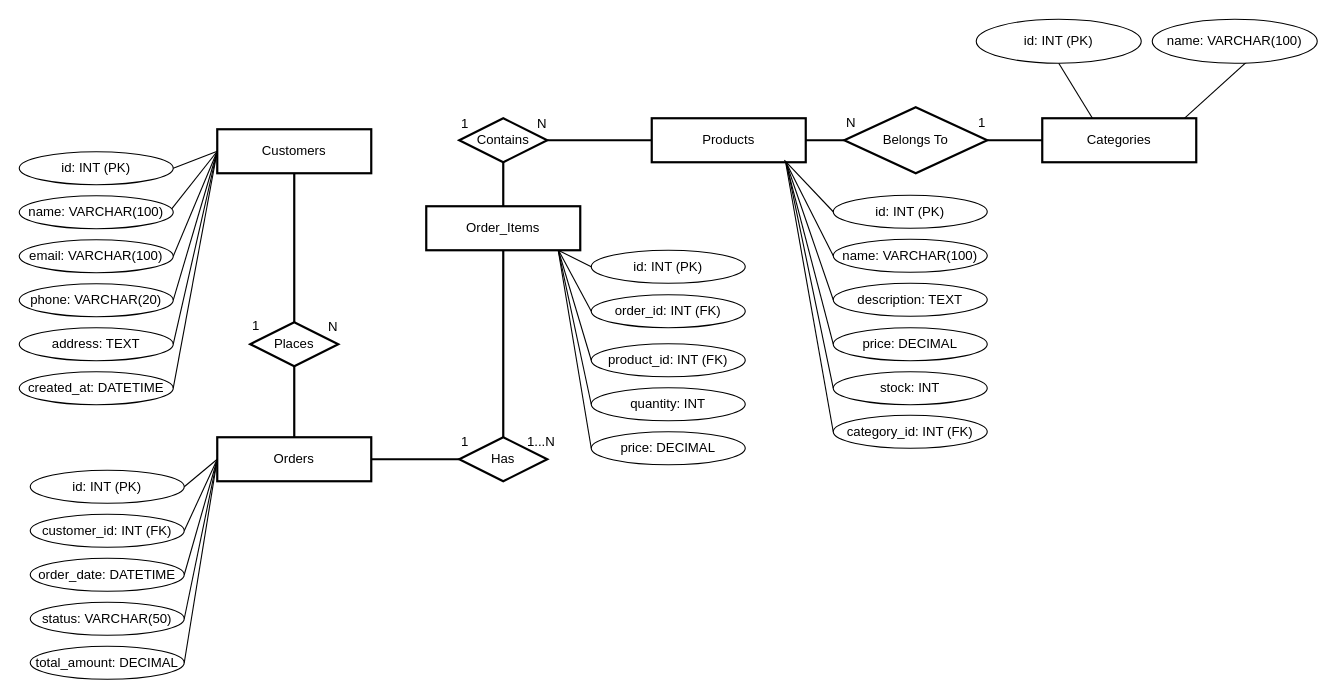
Earlier version of the draw.io diagram ER-diagram (Chen)/lab1_kpi_chen_diagram.drawio (StenSOn27/lab1_kpi). Source tidied: cells renumbered, new cells numbered last; positions are measured from the earlier drawing's top-left corner, leaving out a move shared by most shapes. Both pictures are drawn from the tidied source at 110%, with x=0, y=0 at pixel (19, 19).
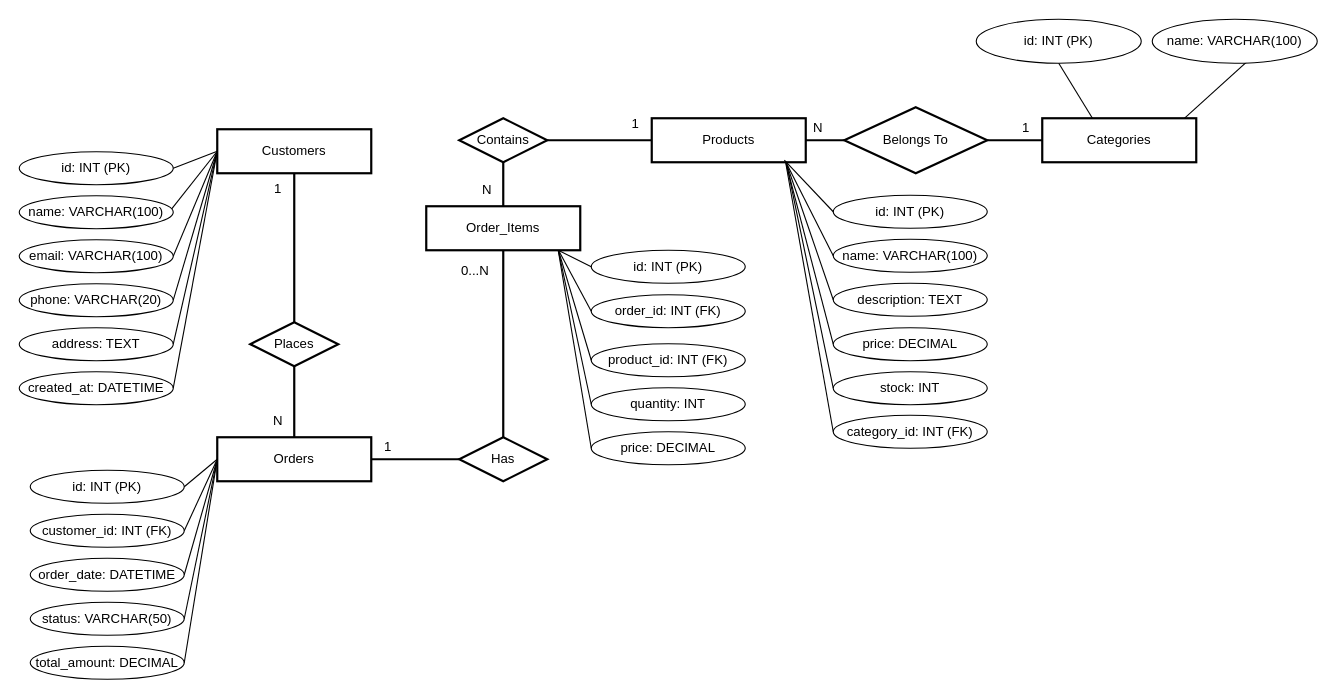
The same diagram, later.

Change to the diagram source:
```diff
@@
     <mxCell id="32" value="1" style="text;html=1;strokeColor=none;fillColor=none;" parent="1" vertex="1">
-      <mxGeometry x="210" y="265" width="20" height="20" as="geometry" />
+      <mxGeometry x="230" y="140" width="20" height="20" as="geometry" />
     </mxCell>
-    <mxCell id="33" value="1...N" style="text;html=1;strokeColor=none;fillColor=none;" parent="1" vertex="1">
-      <mxGeometry x="460" y="370" width="40" height="20" as="geometry" />
+    <mxCell id="33" value="0...N" style="text;html=1;strokeColor=none;fillColor=none;" parent="1" vertex="1">
+      <mxGeometry x="400" y="215" width="40" height="20" as="geometry" />
     </mxCell>
@@
     <mxCell id="40" value="&lt;div&gt;1&lt;/div&gt;" style="text;html=1;strokeColor=none;fillColor=none;" parent="1" vertex="1">
-      <mxGeometry x="400" y="370" width="40" height="20" as="geometry" />
+      <mxGeometry x="330" y="375" width="40" height="20" as="geometry" />
     </mxCell>
@@
     <mxCell id="44" value="&lt;div&gt;N&lt;/div&gt;" style="text;html=1;strokeColor=none;fillColor=none;" parent="1" vertex="1">
-      <mxGeometry x="750" y="80" width="10" height="20" as="geometry" />
+      <mxGeometry x="720" y="85" width="10" height="20" as="geometry" />
     </mxCell>
     <mxCell id="45" value="1" style="text;html=1;strokeColor=none;fillColor=none;" parent="1" vertex="1">
-      <mxGeometry x="870" y="80" width="20" height="20" as="geometry" />
+      <mxGeometry x="910" y="85" width="20" height="20" as="geometry" />
     </mxCell>
@@
     <mxCell id="50" value="&lt;div&gt;N&lt;/div&gt;" style="text;html=1;align=center;verticalAlign=middle;strokeColor=none;fillColor=none;" parent="1" vertex="1">
-      <mxGeometry x="460" y="80" width="30" height="30" as="geometry" />
+      <mxGeometry x="410" y="140" width="30" height="30" as="geometry" />
     </mxCell>
     <mxCell id="51" value="1" style="text;html=1;align=center;verticalAlign=middle;strokeColor=none;fillColor=none;" parent="1" vertex="1">
-      <mxGeometry x="390" y="80" width="30" height="30" as="geometry" />
+      <mxGeometry x="545" y="80" width="30" height="30" as="geometry" />
     </mxCell>
     <mxCell id="52" value="N" style="text;html=1;align=center;verticalAlign=middle;strokeColor=none;fillColor=none;" parent="1" vertex="1">
-      <mxGeometry x="270" y="265" width="30" height="30" as="geometry" />
+      <mxGeometry x="220" y="350.4" width="30" height="30" as="geometry" />
     </mxCell>
```
